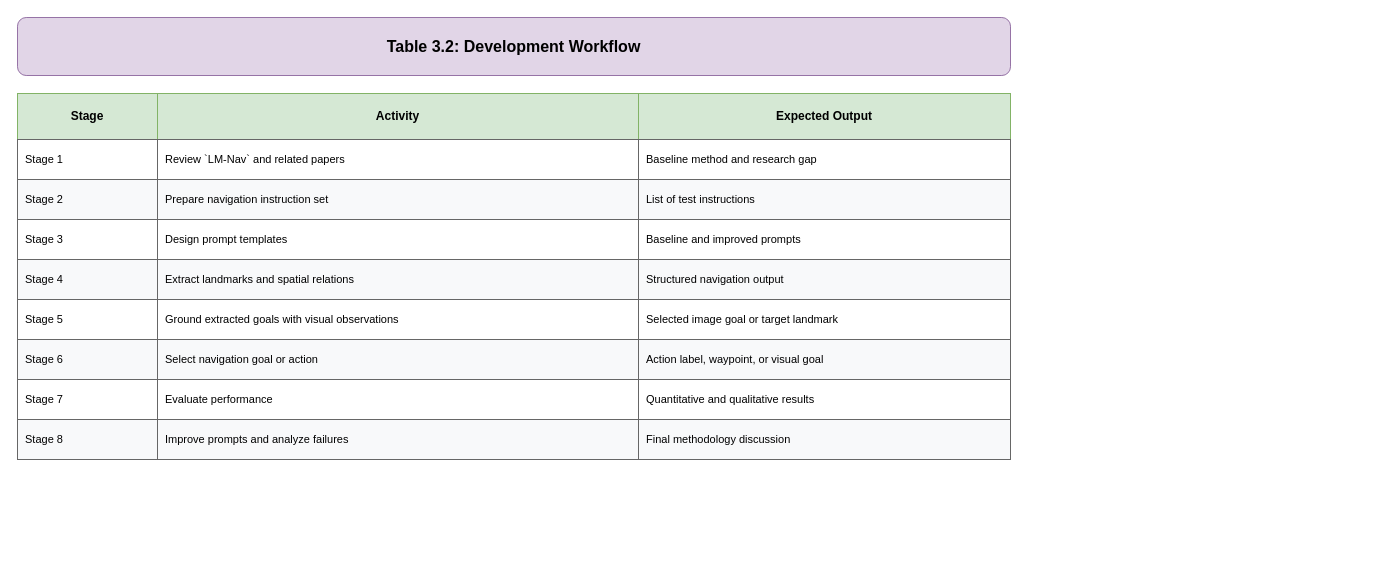
amfarhnn/vlm-robot keeps this draw.io diagram as drawio/chapter_3/table_3_2_development_workflow.drawio. Above is the earlier version. Source tidied: cells renumbered, new cells numbered last; positions are measured from the earlier drawing's top-left corner, leaving out a move shared by most shapes. Both pictures are drawn from the tidied source at 100%, with x=0, y=0 at pixel (17, 17).
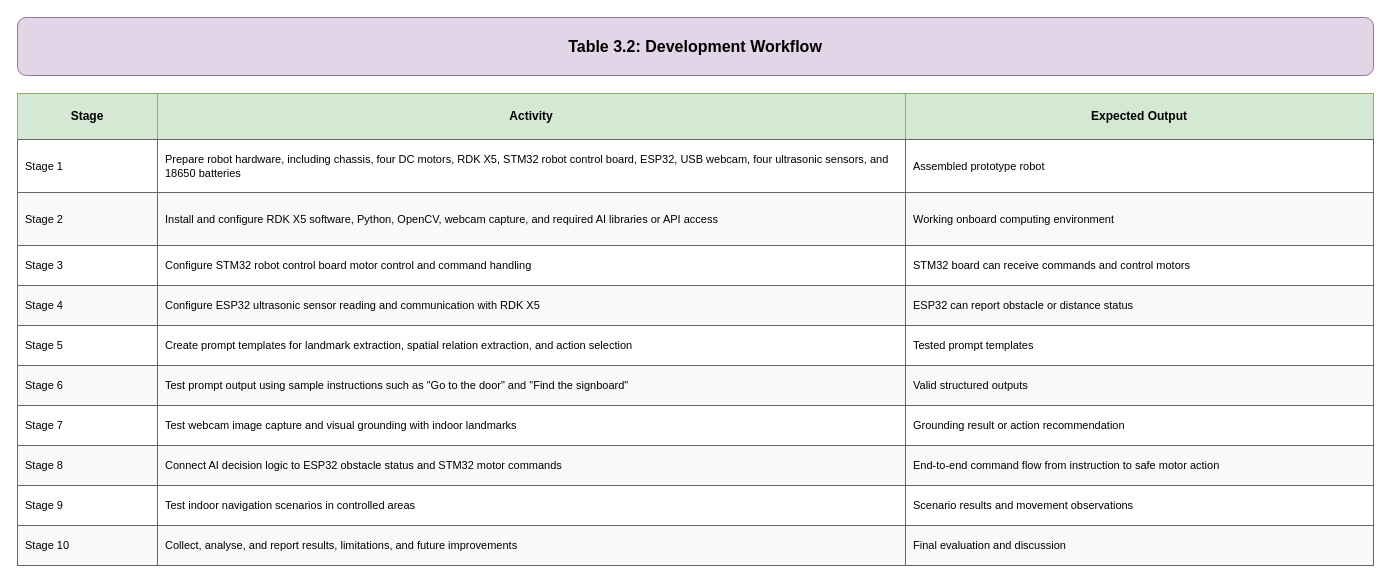
The same diagram, later.

What changed in the source:
```diff
@@
     <mxCell id="2" value="Table 3.2: Development Workflow" style="rounded=1;whiteSpace=wrap;html=1;fillColor=#e1d5e7;strokeColor=#9673a6;fontStyle=1;fontSize=16;" parent="1" vertex="1">
-      <mxGeometry width="993" height="58" as="geometry" />
+      <mxGeometry width="1356" height="58" as="geometry" />
     </mxCell>
@@
     <mxCell id="4" value="Activity" style="shape=rectangle;whiteSpace=wrap;html=1;align=center;verticalAlign=middle;spacing=8;fillColor=#d5e8d4;strokeColor=#82b366;fontStyle=1;fontSize=12;" parent="1" vertex="1">
-      <mxGeometry x="140" y="76" width="481" height="46" as="geometry" />
+      <mxGeometry x="140" y="76" width="748" height="46" as="geometry" />
     </mxCell>
     <mxCell id="5" value="Expected Output" style="shape=rectangle;whiteSpace=wrap;html=1;align=center;verticalAlign=middle;spacing=8;fillColor=#d5e8d4;strokeColor=#82b366;fontStyle=1;fontSize=12;" parent="1" vertex="1">
-      <mxGeometry x="621" y="76" width="372" height="46" as="geometry" />
+      <mxGeometry x="888" y="76" width="468" height="46" as="geometry" />
     </mxCell>
     <mxCell id="6" value="Stage 1" style="shape=rectangle;whiteSpace=wrap;html=1;align=left;verticalAlign=middle;spacing=8;strokeColor=#666666;fontSize=11;fillColor=#ffffff;" parent="1" vertex="1">
-      <mxGeometry y="122" width="140" height="40" as="geometry" />
+      <mxGeometry y="122" width="140" height="53" as="geometry" />
     </mxCell>
-    <mxCell id="7" value="Review `LM-Nav` and related papers" style="shape=rectangle;whiteSpace=wrap;html=1;align=left;verticalAlign=middle;spacing=8;strokeColor=#666666;fontSize=11;fillColor=#ffffff;" parent="1" vertex="1">
-      <mxGeometry x="140" y="122" width="481" height="40" as="geometry" />
+    <mxCell id="7" value="Prepare robot hardware, including chassis, four DC motors, RDK X5, STM32 robot control board, ESP32, USB webcam, four ultrasonic sensors, and 18650 batteries" style="shape=rectangle;whiteSpace=wrap;html=1;align=left;verticalAlign=middle;spacing=8;strokeColor=#666666;fontSize=11;fillColor=#ffffff;" parent="1" vertex="1">
+      <mxGeometry x="140" y="122" width="748" height="53" as="geometry" />
     </mxCell>
-    <mxCell id="8" value="Baseline method and research gap" style="shape=rectangle;whiteSpace=wrap;html=1;align=left;verticalAlign=middle;spacing=8;strokeColor=#666666;fontSize=11;fillColor=#ffffff;" parent="1" vertex="1">
-      <mxGeometry x="621" y="122" width="372" height="40" as="geometry" />
+    <mxCell id="8" value="Assembled prototype robot" style="shape=rectangle;whiteSpace=wrap;html=1;align=left;verticalAlign=middle;spacing=8;strokeColor=#666666;fontSize=11;fillColor=#ffffff;" parent="1" vertex="1">
+      <mxGeometry x="888" y="122" width="468" height="53" as="geometry" />
     </mxCell>
     <mxCell id="9" value="Stage 2" style="shape=rectangle;whiteSpace=wrap;html=1;align=left;verticalAlign=middle;spacing=8;strokeColor=#666666;fontSize=11;fillColor=#f8f9fa;" parent="1" vertex="1">
-      <mxGeometry y="162" width="140" height="40" as="geometry" />
+      <mxGeometry y="175" width="140" height="53" as="geometry" />
     </mxCell>
-    <mxCell id="10" value="Prepare navigation instruction set" style="shape=rectangle;whiteSpace=wrap;html=1;align=left;verticalAlign=middle;spacing=8;strokeColor=#666666;fontSize=11;fillColor=#f8f9fa;" parent="1" vertex="1">
-      <mxGeometry x="140" y="162" width="481" height="40" as="geometry" />
+    <mxCell id="10" value="Install and configure RDK X5 software, Python, OpenCV, webcam capture, and required AI libraries or API access" style="shape=rectangle;whiteSpace=wrap;html=1;align=left;verticalAlign=middle;spacing=8;strokeColor=#666666;fontSize=11;fillColor=#f8f9fa;" parent="1" vertex="1">
+      <mxGeometry x="140" y="175" width="748" height="53" as="geometry" />
     </mxCell>
-    <mxCell id="11" value="List of test instructions" style="shape=rectangle;whiteSpace=wrap;html=1;align=left;verticalAlign=middle;spacing=8;strokeColor=#666666;fontSize=11;fillColor=#f8f9fa;" parent="1" vertex="1">
-      <mxGeometry x="621" y="162" width="372" height="40" as="geometry" />
+    <mxCell id="11" value="Working onboard computing environment" style="shape=rectangle;whiteSpace=wrap;html=1;align=left;verticalAlign=middle;spacing=8;strokeColor=#666666;fontSize=11;fillColor=#f8f9fa;" parent="1" vertex="1">
+      <mxGeometry x="888" y="175" width="468" height="53" as="geometry" />
     </mxCell>
     <mxCell id="12" value="Stage 3" style="shape=rectangle;whiteSpace=wrap;html=1;align=left;verticalAlign=middle;spacing=8;strokeColor=#666666;fontSize=11;fillColor=#ffffff;" parent="1" vertex="1">
-      <mxGeometry y="202" width="140" height="40" as="geometry" />
+      <mxGeometry y="228" width="140" height="40" as="geometry" />
     </mxCell>
-    <mxCell id="13" value="Design prompt templates" style="shape=rectangle;whiteSpace=wrap;html=1;align=left;verticalAlign=middle;spacing=8;strokeColor=#666666;fontSize=11;fillColor=#ffffff;" parent="1" vertex="1">
-      <mxGeometry x="140" y="202" width="481" height="40" as="geometry" />
+    <mxCell id="13" value="Configure STM32 robot control board motor control and command handling" style="shape=rectangle;whiteSpace=wrap;html=1;align=left;verticalAlign=middle;spacing=8;strokeColor=#666666;fontSize=11;fillColor=#ffffff;" parent="1" vertex="1">
+      <mxGeometry x="140" y="228" width="748" height="40" as="geometry" />
     </mxCell>
-    <mxCell id="14" value="Baseline and improved prompts" style="shape=rectangle;whiteSpace=wrap;html=1;align=left;verticalAlign=middle;spacing=8;strokeColor=#666666;fontSize=11;fillColor=#ffffff;" parent="1" vertex="1">
-      <mxGeometry x="621" y="202" width="372" height="40" as="geometry" />
+    <mxCell id="14" value="STM32 board can receive commands and control motors" style="shape=rectangle;whiteSpace=wrap;html=1;align=left;verticalAlign=middle;spacing=8;strokeColor=#666666;fontSize=11;fillColor=#ffffff;" parent="1" vertex="1">
+      <mxGeometry x="888" y="228" width="468" height="40" as="geometry" />
     </mxCell>
     <mxCell id="15" value="Stage 4" style="shape=rectangle;whiteSpace=wrap;html=1;align=left;verticalAlign=middle;spacing=8;strokeColor=#666666;fontSize=11;fillColor=#f8f9fa;" parent="1" vertex="1">
-      <mxGeometry y="242" width="140" height="40" as="geometry" />
+      <mxGeometry y="268" width="140" height="40" as="geometry" />
     </mxCell>
-    <mxCell id="16" value="Extract landmarks and spatial relations" style="shape=rectangle;whiteSpace=wrap;html=1;align=left;verticalAlign=middle;spacing=8;strokeColor=#666666;fontSize=11;fillColor=#f8f9fa;" parent="1" vertex="1">
-      <mxGeometry x="140" y="242" width="481" height="40" as="geometry" />
+    <mxCell id="16" value="Configure ESP32 ultrasonic sensor reading and communication with RDK X5" style="shape=rectangle;whiteSpace=wrap;html=1;align=left;verticalAlign=middle;spacing=8;strokeColor=#666666;fontSize=11;fillColor=#f8f9fa;" parent="1" vertex="1">
+      <mxGeometry x="140" y="268" width="748" height="40" as="geometry" />
     </mxCell>
-    <mxCell id="17" value="Structured navigation output" style="shape=rectangle;whiteSpace=wrap;html=1;align=left;verticalAlign=middle;spacing=8;strokeColor=#666666;fontSize=11;fillColor=#f8f9fa;" parent="1" vertex="1">
-      <mxGeometry x="621" y="242" width="372" height="40" as="geometry" />
+    <mxCell id="17" value="ESP32 can report obstacle or distance status" style="shape=rectangle;whiteSpace=wrap;html=1;align=left;verticalAlign=middle;spacing=8;strokeColor=#666666;fontSize=11;fillColor=#f8f9fa;" parent="1" vertex="1">
+      <mxGeometry x="888" y="268" width="468" height="40" as="geometry" />
     </mxCell>
     <mxCell id="18" value="Stage 5" style="shape=rectangle;whiteSpace=wrap;html=1;align=left;verticalAlign=middle;spacing=8;strokeColor=#666666;fontSize=11;fillColor=#ffffff;" parent="1" vertex="1">
-      <mxGeometry y="282" width="140" height="40" as="geometry" />
+      <mxGeometry y="308" width="140" height="40" as="geometry" />
     </mxCell>
-    <mxCell id="19" value="Ground extracted goals with visual observations" style="shape=rectangle;whiteSpace=wrap;html=1;align=left;verticalAlign=middle;spacing=8;strokeColor=#666666;fontSize=11;fillColor=#ffffff;" parent="1" vertex="1">
-      <mxGeometry x="140" y="282" width="481" height="40" as="geometry" />
+    <mxCell id="19" value="Create prompt templates for landmark extraction, spatial relation extraction, and action selection" style="shape=rectangle;whiteSpace=wrap;html=1;align=left;verticalAlign=middle;spacing=8;strokeColor=#666666;fontSize=11;fillColor=#ffffff;" parent="1" vertex="1">
+      <mxGeometry x="140" y="308" width="748" height="40" as="geometry" />
     </mxCell>
-    <mxCell id="20" value="Selected image goal or target landmark" style="shape=rectangle;whiteSpace=wrap;html=1;align=left;verticalAlign=middle;spacing=8;strokeColor=#666666;fontSize=11;fillColor=#ffffff;" parent="1" vertex="1">
-      <mxGeometry x="621" y="282" width="372" height="40" as="geometry" />
+    <mxCell id="20" value="Tested prompt templates" style="shape=rectangle;whiteSpace=wrap;html=1;align=left;verticalAlign=middle;spacing=8;strokeColor=#666666;fontSize=11;fillColor=#ffffff;" parent="1" vertex="1">
+      <mxGeometry x="888" y="308" width="468" height="40" as="geometry" />
     </mxCell>
     <mxCell id="21" value="Stage 6" style="shape=rectangle;whiteSpace=wrap;html=1;align=left;verticalAlign=middle;spacing=8;strokeColor=#666666;fontSize=11;fillColor=#f8f9fa;" parent="1" vertex="1">
-      <mxGeometry y="322" width="140" height="40" as="geometry" />
+      <mxGeometry y="348" width="140" height="40" as="geometry" />
     </mxCell>
-    <mxCell id="22" value="Select navigation goal or action" style="shape=rectangle;whiteSpace=wrap;html=1;align=left;verticalAlign=middle;spacing=8;strokeColor=#666666;fontSize=11;fillColor=#f8f9fa;" parent="1" vertex="1">
-      <mxGeometry x="140" y="322" width="481" height="40" as="geometry" />
+    <mxCell id="22" value="Test prompt output using sample instructions such as &quot;Go to the door&quot; and &quot;Find the signboard&quot;" style="shape=rectangle;whiteSpace=wrap;html=1;align=left;verticalAlign=middle;spacing=8;strokeColor=#666666;fontSize=11;fillColor=#f8f9fa;" parent="1" vertex="1">
+      <mxGeometry x="140" y="348" width="748" height="40" as="geometry" />
     </mxCell>
-    <mxCell id="23" value="Action label, waypoint, or visual goal" style="shape=rectangle;whiteSpace=wrap;html=1;align=left;verticalAlign=middle;spacing=8;strokeColor=#666666;fontSize=11;fillColor=#f8f9fa;" parent="1" vertex="1">
-      <mxGeometry x="621" y="322" width="372" height="40" as="geometry" />
+    <mxCell id="23" value="Valid structured outputs" style="shape=rectangle;whiteSpace=wrap;html=1;align=left;verticalAlign=middle;spacing=8;strokeColor=#666666;fontSize=11;fillColor=#f8f9fa;" parent="1" vertex="1">
+      <mxGeometry x="888" y="348" width="468" height="40" as="geometry" />
     </mxCell>
     <mxCell id="24" value="Stage 7" style="shape=rectangle;whiteSpace=wrap;html=1;align=left;verticalAlign=middle;spacing=8;strokeColor=#666666;fontSize=11;fillColor=#ffffff;" parent="1" vertex="1">
-      <mxGeometry y="362" width="140" height="40" as="geometry" />
+      <mxGeometry y="388" width="140" height="40" as="geometry" />
     </mxCell>
-    <mxCell id="25" value="Evaluate performance" style="shape=rectangle;whiteSpace=wrap;html=1;align=left;verticalAlign=middle;spacing=8;strokeColor=#666666;fontSize=11;fillColor=#ffffff;" parent="1" vertex="1">
-      <mxGeometry x="140" y="362" width="481" height="40" as="geometry" />
+    <mxCell id="25" value="Test webcam image capture and visual grounding with indoor landmarks" style="shape=rectangle;whiteSpace=wrap;html=1;align=left;verticalAlign=middle;spacing=8;strokeColor=#666666;fontSize=11;fillColor=#ffffff;" parent="1" vertex="1">
+      <mxGeometry x="140" y="388" width="748" height="40" as="geometry" />
     </mxCell>
-    <mxCell id="26" value="Quantitative and qualitative results" style="shape=rectangle;whiteSpace=wrap;html=1;align=left;verticalAlign=middle;spacing=8;strokeColor=#666666;fontSize=11;fillColor=#ffffff;" parent="1" vertex="1">
-      <mxGeometry x="621" y="362" width="372" height="40" as="geometry" />
+    <mxCell id="26" value="Grounding result or action recommendation" style="shape=rectangle;whiteSpace=wrap;html=1;align=left;verticalAlign=middle;spacing=8;strokeColor=#666666;fontSize=11;fillColor=#ffffff;" parent="1" vertex="1">
+      <mxGeometry x="888" y="388" width="468" height="40" as="geometry" />
     </mxCell>
     <mxCell id="27" value="Stage 8" style="shape=rectangle;whiteSpace=wrap;html=1;align=left;verticalAlign=middle;spacing=8;strokeColor=#666666;fontSize=11;fillColor=#f8f9fa;" parent="1" vertex="1">
-      <mxGeometry y="402" width="140" height="40" as="geometry" />
+      <mxGeometry y="428" width="140" height="40" as="geometry" />
     </mxCell>
-    <mxCell id="28" value="Improve prompts and analyze failures" style="shape=rectangle;whiteSpace=wrap;html=1;align=left;verticalAlign=middle;spacing=8;strokeColor=#666666;fontSize=11;fillColor=#f8f9fa;" parent="1" vertex="1">
-      <mxGeometry x="140" y="402" width="481" height="40" as="geometry" />
+    <mxCell id="28" value="Connect AI decision logic to ESP32 obstacle status and STM32 motor commands" style="shape=rectangle;whiteSpace=wrap;html=1;align=left;verticalAlign=middle;spacing=8;strokeColor=#666666;fontSize=11;fillColor=#f8f9fa;" parent="1" vertex="1">
+      <mxGeometry x="140" y="428" width="748" height="40" as="geometry" />
     </mxCell>
-    <mxCell id="29" value="Final methodology discussion" style="shape=rectangle;whiteSpace=wrap;html=1;align=left;verticalAlign=middle;spacing=8;strokeColor=#666666;fontSize=11;fillColor=#f8f9fa;" parent="1" vertex="1">
-      <mxGeometry x="621" y="402" width="372" height="40" as="geometry" />
+    <mxCell id="29" value="End-to-end command flow from instruction to safe motor action" style="shape=rectangle;whiteSpace=wrap;html=1;align=left;verticalAlign=middle;spacing=8;strokeColor=#666666;fontSize=11;fillColor=#f8f9fa;" parent="1" vertex="1">
+      <mxGeometry x="888" y="428" width="468" height="40" as="geometry" />
     </mxCell>
+    <mxCell id="30" value="Stage 9" style="shape=rectangle;whiteSpace=wrap;html=1;align=left;verticalAlign=middle;spacing=8;strokeColor=#666666;fontSize=11;fillColor=#ffffff;" parent="1" vertex="1">
+      <mxGeometry y="468" width="140" height="40" as="geometry" />
+    </mxCell>
+    <mxCell id="31" value="Test indoor navigation scenarios in controlled areas" style="shape=rectangle;whiteSpace=wrap;html=1;align=left;verticalAlign=middle;spacing=8;strokeColor=#666666;fontSize=11;fillColor=#ffffff;" parent="1" vertex="1">
+      <mxGeometry x="140" y="468" width="748" height="40" as="geometry" />
+    </mxCell>
+    <mxCell id="32" value="Scenario results and movement observations" style="shape=rectangle;whiteSpace=wrap;html=1;align=left;verticalAlign=middle;spacing=8;strokeColor=#666666;fontSize=11;fillColor=#ffffff;" parent="1" vertex="1">
+      <mxGeometry x="888" y="468" width="468" height="40" as="geometry" />
+    </mxCell>
+    <mxCell id="33" value="Stage 10" style="shape=rectangle;whiteSpace=wrap;html=1;align=left;verticalAlign=middle;spacing=8;strokeColor=#666666;fontSize=11;fillColor=#f8f9fa;" parent="1" vertex="1">
+      <mxGeometry y="508" width="140" height="40" as="geometry" />
+    </mxCell>
+    <mxCell id="34" value="Collect, analyse, and report results, limitations, and future improvements" style="shape=rectangle;whiteSpace=wrap;html=1;align=left;verticalAlign=middle;spacing=8;strokeColor=#666666;fontSize=11;fillColor=#f8f9fa;" parent="1" vertex="1">
+      <mxGeometry x="140" y="508" width="748" height="40" as="geometry" />
+    </mxCell>
+    <mxCell id="35" value="Final evaluation and discussion" style="shape=rectangle;whiteSpace=wrap;html=1;align=left;verticalAlign=middle;spacing=8;strokeColor=#666666;fontSize=11;fillColor=#f8f9fa;" parent="1" vertex="1">
+      <mxGeometry x="888" y="508" width="468" height="40" as="geometry" />
+    </mxCell>
```
